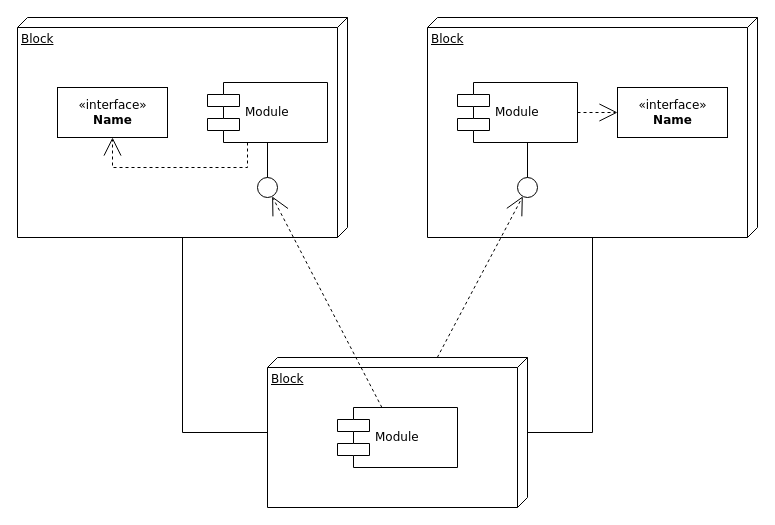
DmytroYa13/uml keeps this draw.io diagram as Untitled Diagram.drawio. Above is the earlier version. Source tidied: cells renumbered, new cells numbered last; positions are measured from the earlier drawing's top-left corner, leaving out a move shared by most shapes. Both pictures are drawn from the tidied source at 100%, with x=0, y=0 at pixel (17, 17).
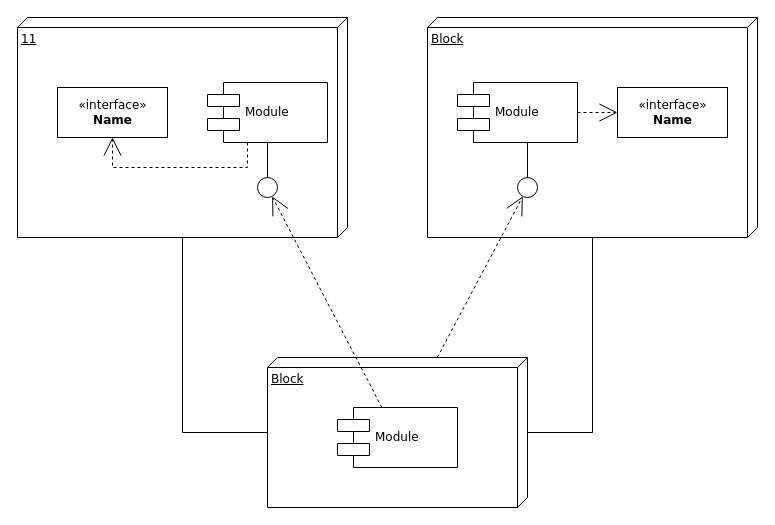
Above is the later version.

What changed in the source:
```diff
@@
-    <mxCell id="2" value="Block" style="verticalAlign=top;align=left;spacingTop=8;spacingLeft=2;spacingRight=12;shape=cube;size=10;direction=south;fontStyle=4;html=1;rounded=0;shadow=0;comic=0;labelBackgroundColor=none;strokeWidth=1;fontFamily=Verdana;fontSize=12;" parent="1" vertex="1">
+    <mxCell id="2" value="11" style="verticalAlign=top;align=left;spacingTop=8;spacingLeft=2;spacingRight=12;shape=cube;size=10;direction=south;fontStyle=4;html=1;rounded=0;shadow=0;comic=0;labelBackgroundColor=none;strokeWidth=1;fontFamily=Verdana;fontSize=12;" parent="1" vertex="1">
       <mxGeometry width="330" height="220" as="geometry" />
     </mxCell>
```
